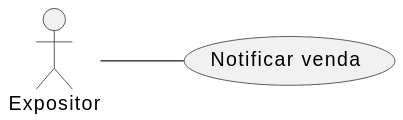
Before: specs/casos_de_uso/svg/uml_uc9.svg, a diagram exported from PlantUML (Phenrique-sousa/APS-documents).
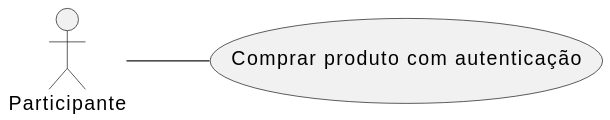
The same diagram one commit later.

Change to the diagram source:
```diff
@@ -1,9 +1,9 @@
 @startuml
 left to right direction
 
-actor "Expositor" as Usuario
+actor "Participante" as Usuario
 
-usecase "Notificar venda" as UC1
+usecase "Comprar produto com autenticação" as UC9
 
-Usuario -- UC1
+Usuario -- UC9
 @enduml
```
